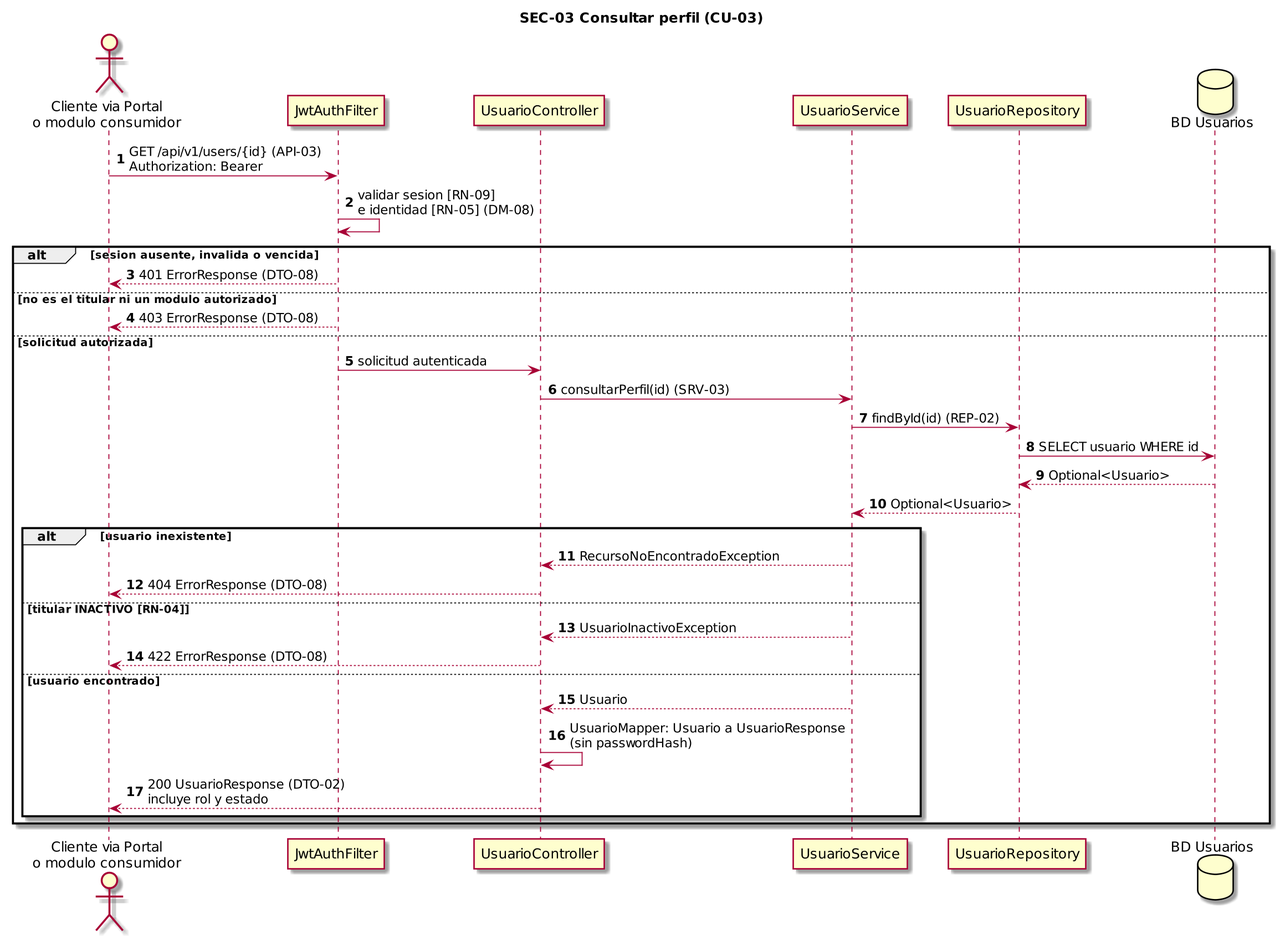
Above: doc/Diagramas/SEC-03.png in CarlaGorgal2002/deliverygo-usuarios-auth (PlantUML), before the change. Its source is kept beside it as doc/Diagramas/SEC-03.puml.
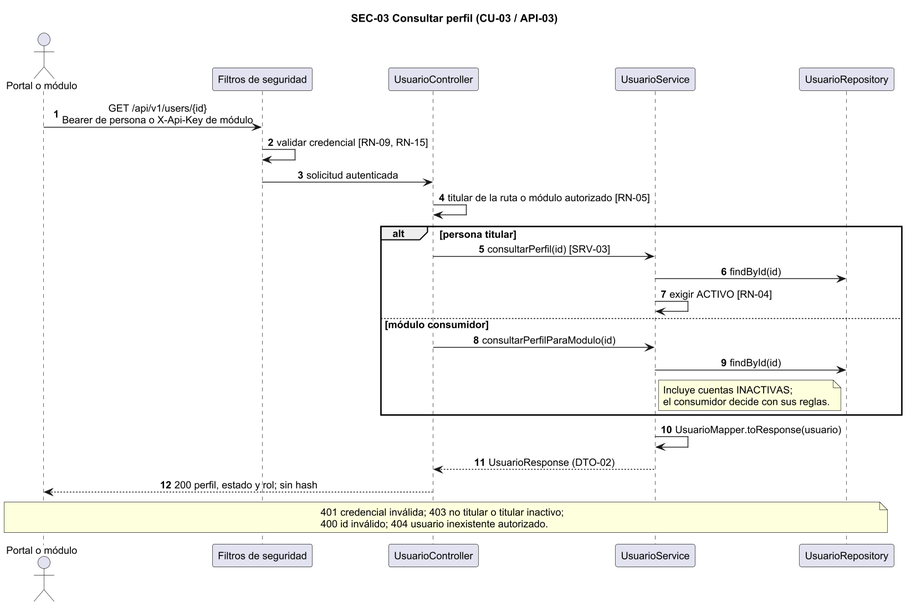
The same diagram one commit later.

Change to the diagram source:
```diff
@@ -1,36 +1,31 @@
 @startuml SEC-03
-skinparam dpi 170
-title SEC-03 Consultar perfil (CU-03)
+skinparam dpi 135
+skinparam shadowing false
+skinparam defaultFontName Arial
+skinparam defaultFontSize 13
+skinparam sequenceMessageAlign center
+title SEC-03 Consultar perfil (CU-03 / API-03)
 autonumber
-actor "Cliente via Portal\no modulo consumidor" as Cliente
-participant "JwtAuthFilter" as Sec
-participant "UsuarioController" as Ctrl
-participant "UsuarioService" as Srv
-participant "UsuarioRepository" as RepU
-database "BD Usuarios" as BD
-Cliente -> Sec : GET /api/v1/users/{id} (API-03)\nAuthorization: Bearer
-Sec -> Sec : validar sesion [RN-09]\ne identidad [RN-05] (DM-08)
-alt sesion ausente, invalida o vencida
-  Sec --> Cliente : 401 ErrorResponse (DTO-08)
-else no es el titular ni un modulo autorizado
-  Sec --> Cliente : 403 ErrorResponse (DTO-08)
-else solicitud autorizada
-  Sec -> Ctrl : solicitud autenticada
-  Ctrl -> Srv : consultarPerfil(id) (SRV-03)
-  Srv -> RepU : findById(id) (REP-02)
-  RepU -> BD : SELECT usuario WHERE id
-  BD --> RepU : Optional<Usuario>
-  RepU --> Srv : Optional<Usuario>
-  alt usuario inexistente
-    Srv --> Ctrl : RecursoNoEncontradoException
-    Ctrl --> Cliente : 404 ErrorResponse (DTO-08)
-  else titular INACTIVO [RN-04]
-    Srv --> Ctrl : UsuarioInactivoException
-    Ctrl --> Cliente : 422 ErrorResponse (DTO-08)
-  else usuario encontrado
-    Srv --> Ctrl : Usuario
-    Ctrl -> Ctrl : UsuarioMapper: Usuario a UsuarioResponse\n(sin passwordHash)
-    Ctrl --> Cliente : 200 UsuarioResponse (DTO-02)\nincluye rol y estado
-  end
+actor "Portal o módulo" as A
+participant "Filtros de seguridad" as F
+participant UsuarioController as C
+participant UsuarioService as S
+participant UsuarioRepository as R
+A -> F : GET /api/v1/users/{id}\nBearer de persona o X-Api-Key de módulo
+F -> F : validar credencial [RN-09, RN-15]
+F -> C : solicitud autenticada
+C -> C : titular de la ruta o módulo autorizado [RN-05]
+alt persona titular
+ C -> S : consultarPerfil(id) [SRV-03]
+ S -> R : findById(id)
+ S -> S : exigir ACTIVO [RN-04]
+else módulo consumidor
+ C -> S : consultarPerfilParaModulo(id)
+ S -> R : findById(id)
+ note right of S : Incluye cuentas INACTIVAS;\nel consumidor decide con sus reglas.
 end
+S -> S : UsuarioMapper.toResponse(usuario)
+S --> C : UsuarioResponse (DTO-02)
+C --> A : 200 perfil, estado y rol; sin hash
+note over A,R : 401 credencial inválida; 403 no titular o titular inactivo;\n400 id inválido; 404 usuario inexistente autorizado.
 @enduml
```
